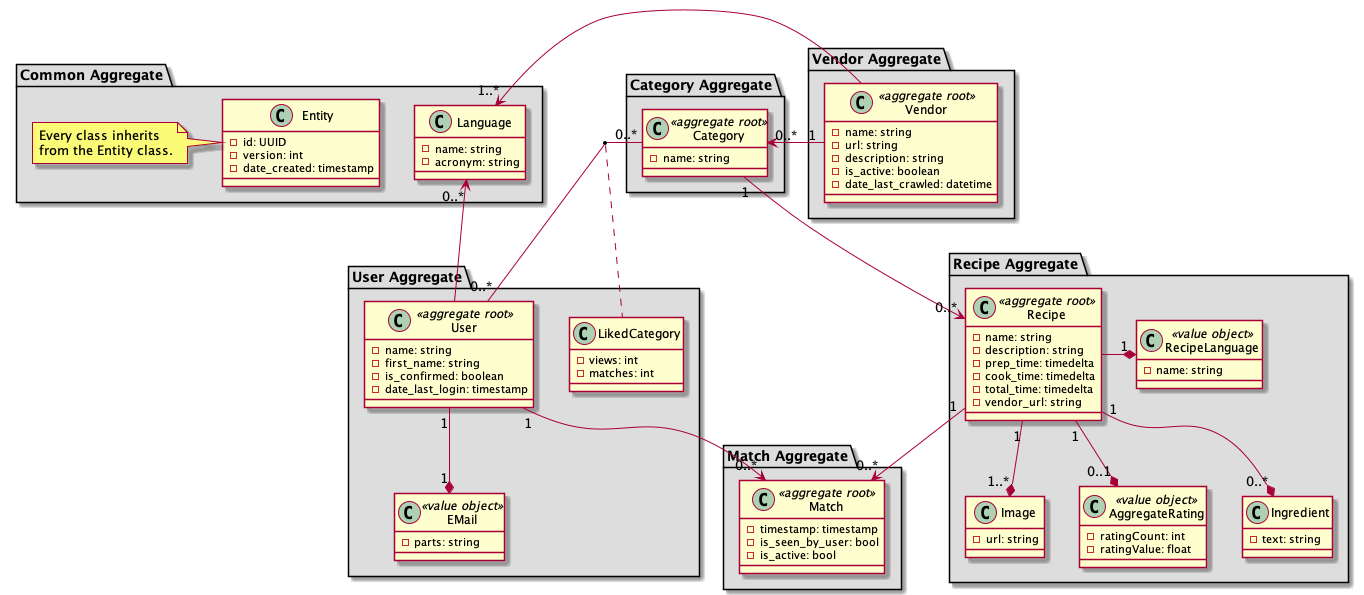
swipe-food/backend keeps this PlantUML diagram as Assets/domain_model.png. Above is the earlier version. Its source is kept beside it as Assets/domain_model.puml.
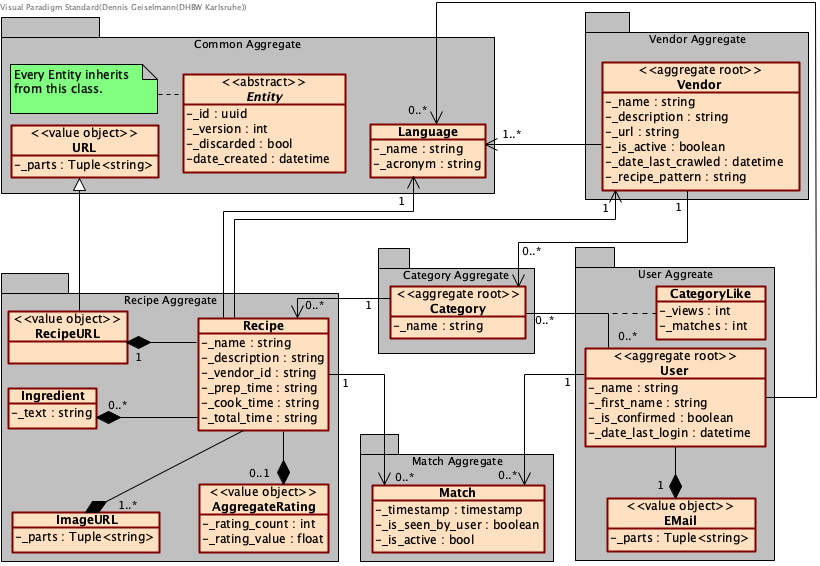
The same diagram one commit later.

Commit message:
update .gitignore and switch to VP for diagrams

The edit, as a diff of the source:
```diff
@@ -3,30 +3,28 @@
 
 !define PACKAGE_COLOR DDDDDD
 
-
+together {
 package "Common Aggregate" #PACKAGE_COLOR {
-    class Entity {
+    abstract class Entity {
     - id: UUID
     - version: int
+    - discarded: boolean
     - date_created: timestamp
     }
-    note left of Entity: Every class inherits \nfrom the Entity class.
+    note left of Entity: Every entity inherits \nfrom this class.
 
     class Language {
         - name: string
         - acronym: string
     }
 
-}
+    class URL << value object >> {
+        parts: List[string]
+    }
 
-package "Vendor Aggregate" #PACKAGE_COLOR {
-    class Vendor << aggregate root >> {
-    - name: string
-    - url: string
-    - description: string
-    - is_active: boolean
-    - date_last_crawled: datetime
-    }
+    Entity -[hidden]> Language
+    Entity -[hidden]> URL
+
 }
 
 package "Category Aggregate" #PACKAGE_COLOR {
@@ -35,14 +33,31 @@
     }
 }
 
+package "Vendor Aggregate" #PACKAGE_COLOR {
+    class Vendor << aggregate root >> {
+    - name: string
+    - description: string
+    - url: string
+    - is_active: boolean
+    - date_last_crawled: datetime
+    - recipe_pattern: string
+    }
+}
+
+}
+
+
+
+
 package "Recipe Aggregate" #PACKAGE_COLOR {
     class Recipe << aggregate root >> {
         - name: string
         - description: string
+        - vendor_id: string
         - prep_time: timedelta
         - cook_time: timedelta
         - total_time: timedelta
-        - vendor_url: string
+        - url: string
     }
 
     class Image {
@@ -50,21 +65,20 @@
     }
 
     class AggregateRating << value object >> {
-        - ratingCount: int
-        - ratingValue: float
+        - rating_count: int
+        - rating_value: float
     }
 
     class Ingredient {
         - text: string
     }
 
-    class RecipeLanguage << value object>> {
+    class RecipeURL << value object>> {
         - name: string
     }
 
 }
 
-together {
 package "User Aggregate" #PACKAGE_COLOR {
     class User << aggregate root >> {
     - name: string
@@ -73,7 +87,7 @@
     - date_last_login: timestamp
     }
 
-    class LikedCategory {
+    class CategoryLike {
     - views: int
     - matches: int
     }
@@ -81,6 +95,8 @@
     class EMail << value object >> {
         - parts: string
     }
+
+    User -[hidden]> CategoryLike
 }
 
 package "Match Aggregate" #PACKAGE_COLOR {
@@ -90,20 +106,22 @@
     - is_active: bool
     }
 }
-}
 
-Entity -[hidden]> Language
+
 Vendor "1" -r-> "0..*" Category
 Vendor -l-> "1..*" Language
 Category "1" --> "0..*" Recipe
 User "0..*" - "0..*" Category
-User "1"-d-* "1" EMail
-(User, Category) . LikedCategory
+(User, Category) . CategoryLike
+User -d-* "1" EMail
 User "1" --> "0..*" Match
 User --> "0..*" Language
 Recipe "1" --> "0..*" Match
 Recipe "1" --* "1..*" Image
 Recipe "1" --* "0..*" Ingredient
-Recipe -r-* "1" RecipeLanguage
+Recipe -r--* "1" RecipeURL
+RecipeURL --|> URL
 Recipe "1" -d-* "0..1" AggregateRating
+Recipe -u-> "1" Vendor
+
 @enduml
```
